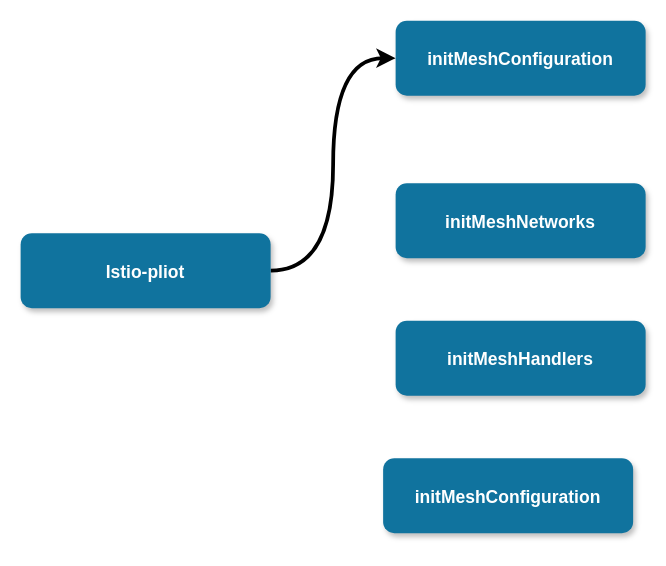
Above: 未命名绘图.drawio in clarechu/design-pattern (draw.io), before the change. Source tidied: cells renumbered, new cells numbered last; positions are measured from the earlier drawing's top-left corner, leaving out a move shared by most shapes. Both pictures are drawn from the tidied source at 125%, with x=0, y=0 at pixel (20, 20).
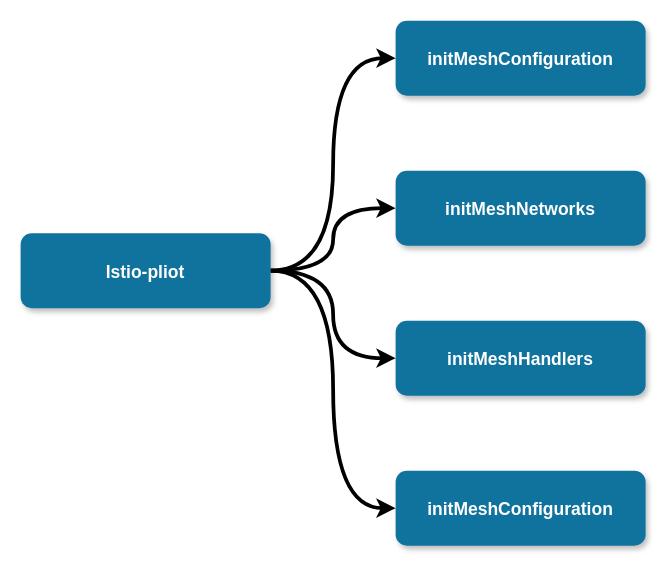
The same diagram, later.

The edit, as a diff of the source:
```diff
@@
 <mxGraphModel background="#ffffff">
   <root>
     <mxCell id="0" />
     <mxCell id="1" parent="0" />
     <mxCell id="2" style="edgeStyle=orthogonalEdgeStyle;rounded=0;jettySize=auto;html=1;exitX=1;exitY=0.5;exitDx=0;exitDy=0;entryX=0;entryY=0.5;entryDx=0;entryDy=0;strokeWidth=3;curved=1;" parent="1" edge="1" source="3" target="4">
       <mxGeometry relative="1" as="geometry" />
     </mxCell>
+    <mxCell id="8" style="edgeStyle=orthogonalEdgeStyle;curved=1;rounded=0;jettySize=auto;html=1;exitX=1;exitY=0.5;exitDx=0;exitDy=0;strokeWidth=3;" parent="1" edge="1" source="3" target="5">
+      <mxGeometry relative="1" as="geometry" />
+    </mxCell>
+    <mxCell id="9" style="edgeStyle=orthogonalEdgeStyle;curved=1;rounded=0;jettySize=auto;html=1;exitX=1;exitY=0.5;exitDx=0;exitDy=0;entryX=0;entryY=0.5;entryDx=0;entryDy=0;strokeWidth=3;" parent="1" edge="1" source="3" target="7">
+      <mxGeometry relative="1" as="geometry" />
+    </mxCell>
+    <mxCell id="10" style="edgeStyle=orthogonalEdgeStyle;curved=1;rounded=0;jettySize=auto;html=1;exitX=1;exitY=0.5;exitDx=0;exitDy=0;entryX=0;entryY=0.5;entryDx=0;entryDy=0;strokeWidth=3;" parent="1" edge="1" source="3" target="6">
+      <mxGeometry relative="1" as="geometry" />
+    </mxCell>
     <mxCell id="3" value="Istio-pliot" style="rounded=1;fillColor=#10739E;strokeColor=none;shadow=1;gradientColor=none;fontStyle=1;fontColor=#FFFFFF;fontSize=14;" parent="1" vertex="1">
       <mxGeometry y="170" width="200" height="60" as="geometry" />
     </mxCell>
     <mxCell id="4" value="initMeshConfiguration" style="rounded=1;fillColor=#10739E;strokeColor=none;shadow=1;gradientColor=none;fontStyle=1;fontColor=#FFFFFF;fontSize=14;" parent="1" vertex="1">
       <mxGeometry x="300" width="200" height="60" as="geometry" />
     </mxCell>
     <mxCell id="5" value="initMeshNetworks" style="rounded=1;fillColor=#10739E;strokeColor=none;shadow=1;gradientColor=none;fontStyle=1;fontColor=#FFFFFF;fontSize=14;" parent="1" vertex="1">
-      <mxGeometry x="300" y="130" width="200" height="60" as="geometry" />
+      <mxGeometry x="300" y="120" width="200" height="60" as="geometry" />
     </mxCell>
     <mxCell id="6" value="initMeshConfiguration" style="rounded=1;fillColor=#10739E;strokeColor=none;shadow=1;gradientColor=none;fontStyle=1;fontColor=#FFFFFF;fontSize=14;" parent="1" vertex="1">
-      <mxGeometry x="290" y="350" width="200" height="60" as="geometry" />
+      <mxGeometry x="300" y="360" width="200" height="60" as="geometry" />
     </mxCell>
     <mxCell id="7" value="initMeshHandlers" style="rounded=1;fillColor=#10739E;strokeColor=none;shadow=1;gradientColor=none;fontStyle=1;fontColor=#FFFFFF;fontSize=14;" parent="1" vertex="1">
       <mxGeometry x="300" y="240" width="200" height="60" as="geometry" />
     </mxCell>
   </root>
 </mxGraphModel>
```
